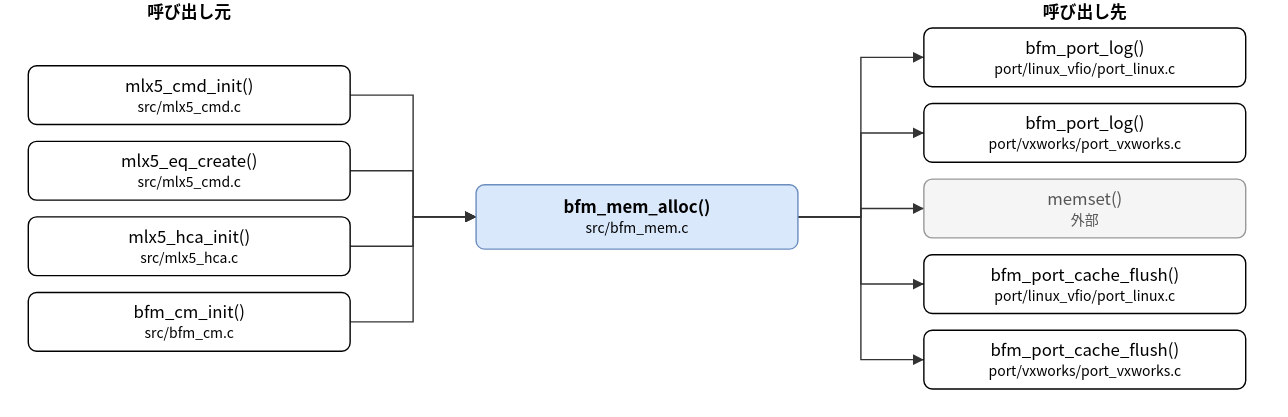
The draw.io diagram doc/spec/images/call_src_bfm_mem__bfm_mem_alloc.drawio.svg in hf355051012-ai/bfmem, before a commit. Source tidied: cells renumbered, new cells last; positions are measured from the earlier drawing's top-left corner, leaving out a move shared by most shapes.
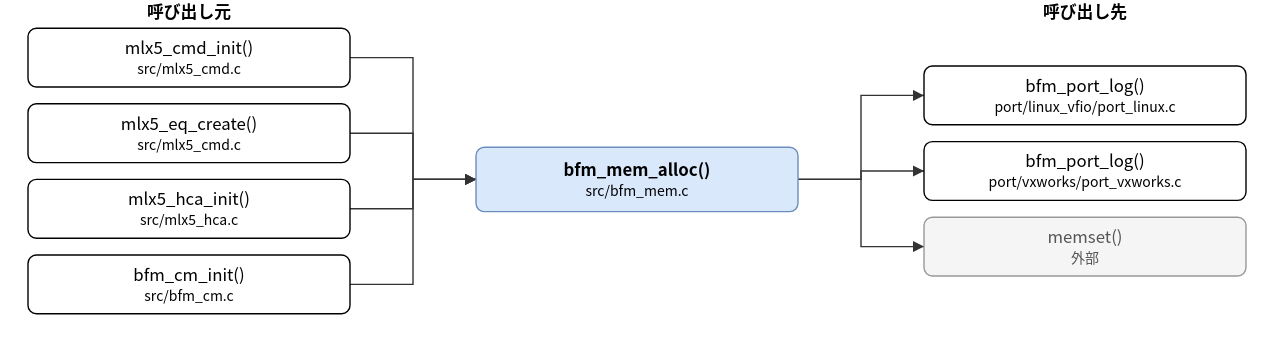
The same diagram one commit later.

Diff of the diagram source:
```diff
@@ -3,107 +3,85 @@
     <mxCell id="0" />
     <mxCell id="1" parent="0" />
     <mxCell id="2" value="bfm_mem_alloc()&lt;br&gt;&lt;font style=&quot;font-size:10px&quot;&gt;src/bfm_mem.c&lt;/font&gt;" style="rounded=1;whiteSpace=wrap;html=1;fillColor=#dae8fc;strokeColor=#6c8ebf;fontStyle=1;" parent="1" vertex="1">
-      <mxGeometry x="320" y="132" width="230" height="46" as="geometry" />
+      <mxGeometry x="320" y="105" width="230" height="46" as="geometry" />
     </mxCell>
     <mxCell id="3" value="mlx5_cmd_init()&lt;br&gt;&lt;font style=&quot;font-size:10px&quot;&gt;src/mlx5_cmd.c&lt;/font&gt;" style="rounded=1;whiteSpace=wrap;html=1;" parent="1" vertex="1">
-      <mxGeometry y="47" width="230" height="42" as="geometry" />
+      <mxGeometry y="20" width="230" height="42" as="geometry" />
     </mxCell>
     <mxCell id="4" value="mlx5_eq_create()&lt;br&gt;&lt;font style=&quot;font-size:10px&quot;&gt;src/mlx5_cmd.c&lt;/font&gt;" style="rounded=1;whiteSpace=wrap;html=1;" parent="1" vertex="1">
-      <mxGeometry y="101" width="230" height="42" as="geometry" />
+      <mxGeometry y="74" width="230" height="42" as="geometry" />
     </mxCell>
     <mxCell id="5" value="mlx5_hca_init()&lt;br&gt;&lt;font style=&quot;font-size:10px&quot;&gt;src/mlx5_hca.c&lt;/font&gt;" style="rounded=1;whiteSpace=wrap;html=1;" parent="1" vertex="1">
-      <mxGeometry y="155" width="230" height="42" as="geometry" />
+      <mxGeometry y="128" width="230" height="42" as="geometry" />
     </mxCell>
     <mxCell id="6" value="bfm_cm_init()&lt;br&gt;&lt;font style=&quot;font-size:10px&quot;&gt;src/bfm_cm.c&lt;/font&gt;" style="rounded=1;whiteSpace=wrap;html=1;" parent="1" vertex="1">
-      <mxGeometry y="209" width="230" height="42" as="geometry" />
+      <mxGeometry y="182" width="230" height="42" as="geometry" />
     </mxCell>
     <mxCell id="7" value="bfm_port_log()&lt;br&gt;&lt;font style=&quot;font-size:10px&quot;&gt;port/linux_vfio/port_linux.c&lt;/font&gt;" style="rounded=1;whiteSpace=wrap;html=1;" parent="1" vertex="1">
-      <mxGeometry x="640" y="20" width="230" height="42" as="geometry" />
+      <mxGeometry x="640" y="47" width="230" height="42" as="geometry" />
     </mxCell>
     <mxCell id="8" value="bfm_port_log()&lt;br&gt;&lt;font style=&quot;font-size:10px&quot;&gt;port/vxworks/port_vxworks.c&lt;/font&gt;" style="rounded=1;whiteSpace=wrap;html=1;" parent="1" vertex="1">
-      <mxGeometry x="640" y="74" width="230" height="42" as="geometry" />
+      <mxGeometry x="640" y="101" width="230" height="42" as="geometry" />
     </mxCell>
     <mxCell id="9" value="memset()&lt;br&gt;&lt;font style=&quot;font-size:10px&quot;&gt;外部&lt;/font&gt;" style="rounded=1;whiteSpace=wrap;html=1;fillColor=#f5f5f5;strokeColor=#999999;fontColor=#555555;" parent="1" vertex="1">
-      <mxGeometry x="640" y="128" width="230" height="42" as="geometry" />
+      <mxGeometry x="640" y="155" width="230" height="42" as="geometry" />
     </mxCell>
-    <mxCell id="10" value="bfm_port_cache_flush()&lt;br&gt;&lt;font style=&quot;font-size:10px&quot;&gt;port/linux_vfio/port_linux.c&lt;/font&gt;" style="rounded=1;whiteSpace=wrap;html=1;" parent="1" vertex="1">
-      <mxGeometry x="640" y="182" width="230" height="42" as="geometry" />
-    </mxCell>
-    <mxCell id="11" value="bfm_port_cache_flush()&lt;br&gt;&lt;font style=&quot;font-size:10px&quot;&gt;port/vxworks/port_vxworks.c&lt;/font&gt;" style="rounded=1;whiteSpace=wrap;html=1;" parent="1" vertex="1">
-      <mxGeometry x="640" y="236" width="230" height="42" as="geometry" />
-    </mxCell>
     <mxCell id="12" style="edgeStyle=none;html=1;rounded=0;endArrow=block;endFill=1;exitX=1.0000;exitY=0.5000;exitDx=0;exitDy=0;exitPerimeter=0;entryX=0.0000;entryY=0.5000;entryDx=0;entryDy=0;entryPerimeter=0;" parent="1" edge="1" source="3" target="2">
       <mxGeometry relative="1" as="geometry">
         <Array as="points">
-          <mxPoint x="275" y="68" />
-          <mxPoint x="275" y="155" />
+          <mxPoint x="275" y="41" />
+          <mxPoint x="275" y="128" />
         </Array>
       </mxGeometry>
     </mxCell>
     <mxCell id="13" style="edgeStyle=none;html=1;rounded=0;endArrow=block;endFill=1;exitX=1.0000;exitY=0.5000;exitDx=0;exitDy=0;exitPerimeter=0;entryX=0.0000;entryY=0.5000;entryDx=0;entryDy=0;entryPerimeter=0;" parent="1" edge="1" source="4" target="2">
       <mxGeometry relative="1" as="geometry">
         <Array as="points">
-          <mxPoint x="275" y="122" />
-          <mxPoint x="275" y="155" />
+          <mxPoint x="275" y="95" />
+          <mxPoint x="275" y="128" />
         </Array>
       </mxGeometry>
     </mxCell>
     <mxCell id="14" style="edgeStyle=none;html=1;rounded=0;endArrow=block;endFill=1;exitX=1.0000;exitY=0.5000;exitDx=0;exitDy=0;exitPerimeter=0;entryX=0.0000;entryY=0.5000;entryDx=0;entryDy=0;entryPerimeter=0;" parent="1" edge="1" source="5" target="2">
       <mxGeometry relative="1" as="geometry">
         <Array as="points">
-          <mxPoint x="275" y="176" />
-          <mxPoint x="275" y="155" />
+          <mxPoint x="275" y="149" />
+          <mxPoint x="275" y="128" />
         </Array>
       </mxGeometry>
     </mxCell>
     <mxCell id="15" style="edgeStyle=none;html=1;rounded=0;endArrow=block;endFill=1;exitX=1.0000;exitY=0.5000;exitDx=0;exitDy=0;exitPerimeter=0;entryX=0.0000;entryY=0.5000;entryDx=0;entryDy=0;entryPerimeter=0;" parent="1" edge="1" source="6" target="2">
       <mxGeometry relative="1" as="geometry">
         <Array as="points">
-          <mxPoint x="275" y="230" />
-          <mxPoint x="275" y="155" />
+          <mxPoint x="275" y="203" />
+          <mxPoint x="275" y="128" />
         </Array>
       </mxGeometry>
     </mxCell>
     <mxCell id="16" style="edgeStyle=none;html=1;rounded=0;endArrow=block;endFill=1;exitX=1.0000;exitY=0.5000;exitDx=0;exitDy=0;exitPerimeter=0;entryX=0.0000;entryY=0.5000;entryDx=0;entryDy=0;entryPerimeter=0;" parent="1" edge="1" source="2" target="7">
       <mxGeometry relative="1" as="geometry">
         <Array as="points">
-          <mxPoint x="595" y="155" />
-          <mxPoint x="595" y="41" />
+          <mxPoint x="595" y="128" />
+          <mxPoint x="595" y="68" />
         </Array>
       </mxGeometry>
     </mxCell>
     <mxCell id="17" style="edgeStyle=none;html=1;rounded=0;endArrow=block;endFill=1;exitX=1.0000;exitY=0.5000;exitDx=0;exitDy=0;exitPerimeter=0;entryX=0.0000;entryY=0.5000;entryDx=0;entryDy=0;entryPerimeter=0;" parent="1" edge="1" source="2" target="8">
       <mxGeometry relative="1" as="geometry">
         <Array as="points">
-          <mxPoint x="595" y="155" />
-          <mxPoint x="595" y="95" />
+          <mxPoint x="595" y="128" />
+          <mxPoint x="595" y="122" />
         </Array>
       </mxGeometry>
     </mxCell>
     <mxCell id="18" style="edgeStyle=none;html=1;rounded=0;endArrow=block;endFill=1;exitX=1.0000;exitY=0.5000;exitDx=0;exitDy=0;exitPerimeter=0;entryX=0.0000;entryY=0.5000;entryDx=0;entryDy=0;entryPerimeter=0;" parent="1" edge="1" source="2" target="9">
       <mxGeometry relative="1" as="geometry">
         <Array as="points">
-          <mxPoint x="595" y="155" />
-          <mxPoint x="595" y="149" />
+          <mxPoint x="595" y="128" />
+          <mxPoint x="595" y="176" />
         </Array>
       </mxGeometry>
     </mxCell>
-    <mxCell id="19" style="edgeStyle=none;html=1;rounded=0;endArrow=block;endFill=1;exitX=1.0000;exitY=0.5000;exitDx=0;exitDy=0;exitPerimeter=0;entryX=0.0000;entryY=0.5000;entryDx=0;entryDy=0;entryPerimeter=0;" parent="1" edge="1" source="2" target="10">
-      <mxGeometry relative="1" as="geometry">
-        <Array as="points">
-          <mxPoint x="595" y="155" />
-          <mxPoint x="595" y="203" />
-        </Array>
-      </mxGeometry>
-    </mxCell>
-    <mxCell id="20" style="edgeStyle=none;html=1;rounded=0;endArrow=block;endFill=1;exitX=1.0000;exitY=0.5000;exitDx=0;exitDy=0;exitPerimeter=0;entryX=0.0000;entryY=0.5000;entryDx=0;entryDy=0;entryPerimeter=0;" parent="1" edge="1" source="2" target="11">
-      <mxGeometry relative="1" as="geometry">
-        <Array as="points">
-          <mxPoint x="595" y="155" />
-          <mxPoint x="595" y="257" />
-        </Array>
-      </mxGeometry>
-    </mxCell>
     <mxCell id="21" value="呼び出し元" style="text;html=1;align=center;fontStyle=1;" parent="1" vertex="1">
       <mxGeometry x="35" width="160" height="18" as="geometry" />
     </mxCell>
```
